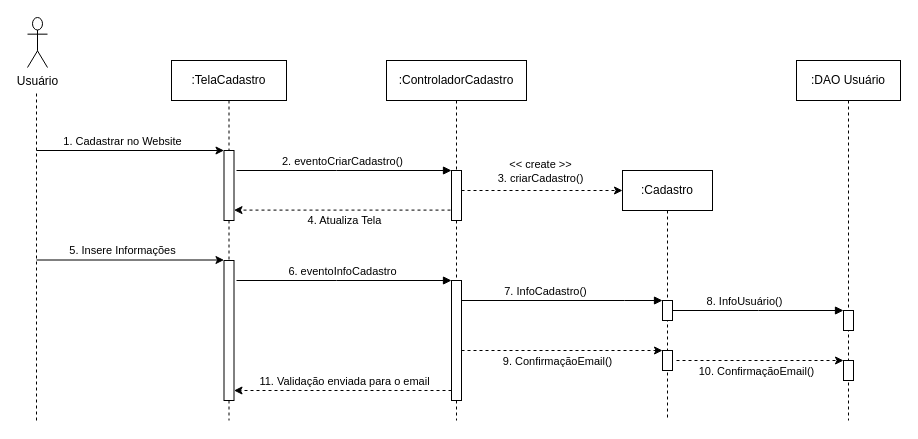
Before: src/drawio/Cadastro-Website.drawio in Hatz-D/Litoral-Puro-RJ, a draw.io diagram. Source tidied: cells renumbered, new cells numbered last; positions are measured from the earlier drawing's top-left corner, leaving out a move shared by most shapes. Both pictures are drawn from the tidied source at 100%, with x=0, y=0 at pixel (27, 17).
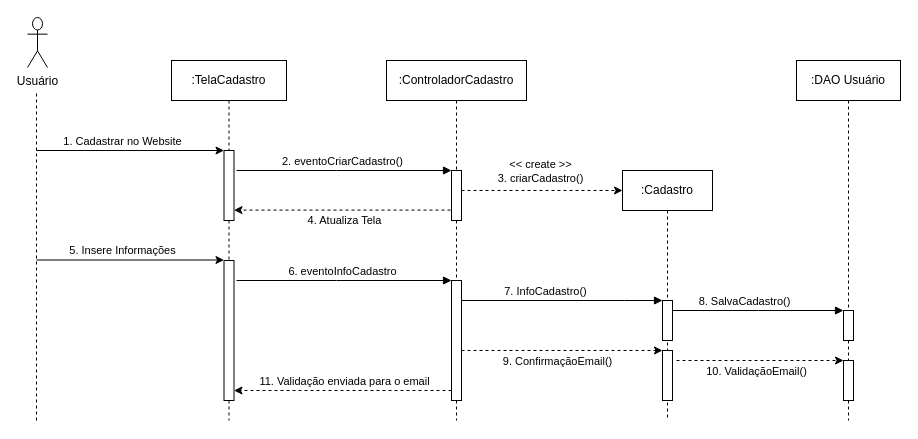
The same diagram, later.

Unchanged cells that the change refers to:
```xml
<mxCell id="13" value=":Cadastro" style="shape=umlLifeline;perimeter=lifelinePerimeter;whiteSpace=wrap;html=1;newEdgeStyle={&quot;edgeStyle&quot;:&quot;elbowEdgeStyle&quot;,&quot;elbow&quot;:&quot;vertical&quot;,&quot;curved&quot;:0,&quot;rounded&quot;:0};" parent="1" vertex="1">
  <mxGeometry x="595" y="153" width="90" height="250" as="geometry" />
</mxCell>
<mxCell id="29" value=":DAO Usuário" style="shape=umlLifeline;perimeter=lifelinePerimeter;whiteSpace=wrap;html=1;newEdgeStyle={&quot;edgeStyle&quot;:&quot;elbowEdgeStyle&quot;,&quot;elbow&quot;:&quot;vertical&quot;,&quot;curved&quot;:0,&quot;rounded&quot;:0};" parent="1" vertex="1">
  <mxGeometry x="769" y="43" width="104" height="360" as="geometry" />
</mxCell>
<mxCell id="32" style="endArrow=classic;html=1;rounded=0;dashed=1;" parent="1" edge="1" target="31">
  <mxGeometry relative="1" as="geometry">
    <mxPoint x="649" y="343" as="sourcePoint" />
  </mxGeometry>
</mxCell>
```

The edit, as a diff of the source:
```diff
@@
     <mxCell id="14" style="html=1;points=[];perimeter=orthogonalPerimeter;outlineConnect=0;targetShapes=umlLifeline;portConstraint=eastwest;newEdgeStyle={&quot;edgeStyle&quot;:&quot;elbowEdgeStyle&quot;,&quot;elbow&quot;:&quot;vertical&quot;,&quot;curved&quot;:0,&quot;rounded&quot;:0};" parent="13" vertex="1">
-      <mxGeometry x="40" y="130" width="10" height="20" as="geometry" />
+      <mxGeometry x="40" y="130" width="10" height="40" as="geometry" />
     </mxCell>
     <mxCell id="15" style="html=1;points=[];perimeter=orthogonalPerimeter;outlineConnect=0;targetShapes=umlLifeline;portConstraint=eastwest;newEdgeStyle={&quot;edgeStyle&quot;:&quot;elbowEdgeStyle&quot;,&quot;elbow&quot;:&quot;vertical&quot;,&quot;curved&quot;:0,&quot;rounded&quot;:0};" parent="13" vertex="1">
-      <mxGeometry x="40" y="180" width="10" height="20" as="geometry" />
+      <mxGeometry x="40" y="180" width="10" height="50" as="geometry" />
     </mxCell>
@@
-    <mxCell id="28" value="8. InfoUsuário()" style="html=1;verticalAlign=bottom;endArrow=block;edgeStyle=elbowEdgeStyle;elbow=horizontal;curved=0;rounded=0;" parent="1" edge="1">
+    <mxCell id="28" value="8. SalvaCadastro()" style="html=1;verticalAlign=bottom;endArrow=block;edgeStyle=elbowEdgeStyle;elbow=horizontal;curved=0;rounded=0;" parent="1" edge="1">
       <mxGeometry x="-0.16" relative="1" as="geometry">
         <mxPoint x="645" y="293" as="sourcePoint" />
         <mxPoint x="816" y="293" as="targetPoint" />
       </mxGeometry>
     </mxCell>
@@
     <mxCell id="30" style="html=1;perimeter=orthogonalPerimeter;targetShapes=umlLifeline;newEdgeStyle={&quot;edgeStyle&quot;:&quot;elbowEdgeStyle&quot;,&quot;elbow&quot;:&quot;vertical&quot;,&quot;curved&quot;:0,&quot;rounded&quot;:0};" parent="29" vertex="1">
-      <mxGeometry x="47" y="250" width="10" height="20" as="geometry" />
+      <mxGeometry x="47" y="250" width="10" height="30" as="geometry" />
     </mxCell>
     <mxCell id="31" style="html=1;points=[];perimeter=orthogonalPerimeter;outlineConnect=0;targetShapes=umlLifeline;portConstraint=eastwest;newEdgeStyle={&quot;edgeStyle&quot;:&quot;elbowEdgeStyle&quot;,&quot;elbow&quot;:&quot;vertical&quot;,&quot;curved&quot;:0,&quot;rounded&quot;:0};" parent="29" vertex="1">
-      <mxGeometry x="47" y="300" width="10" height="20" as="geometry" />
+      <mxGeometry x="47" y="300" width="10" height="40" as="geometry" />
     </mxCell>
@@
-    <mxCell id="33" value="10. ConfirmaçãoEmail()" style="edgeLabel;html=1;align=center;verticalAlign=middle;" parent="32" vertex="1">
+    <mxCell id="33" value="10. ValidaçãoEmail()" style="edgeLabel;html=1;align=center;verticalAlign=middle;" parent="32" vertex="1">
       <mxGeometry x="-0.02" y="-3" relative="1" as="geometry">
         <mxPoint x="-3" y="7" as="offset" />
       </mxGeometry>
     </mxCell>
```
